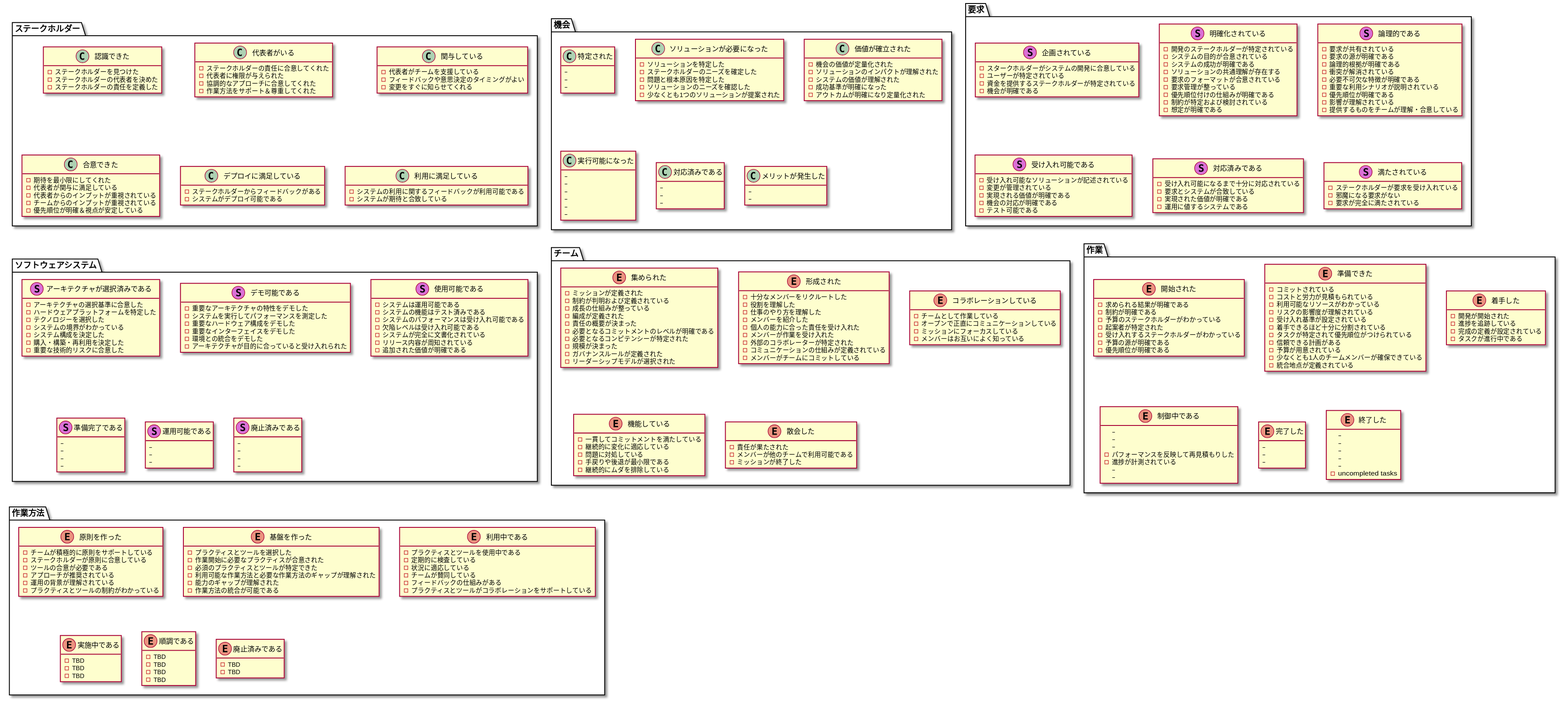
The PlantUML diagram cards.svg in kdmsnr/essence-alpha-state-cards-ja, before a commit.
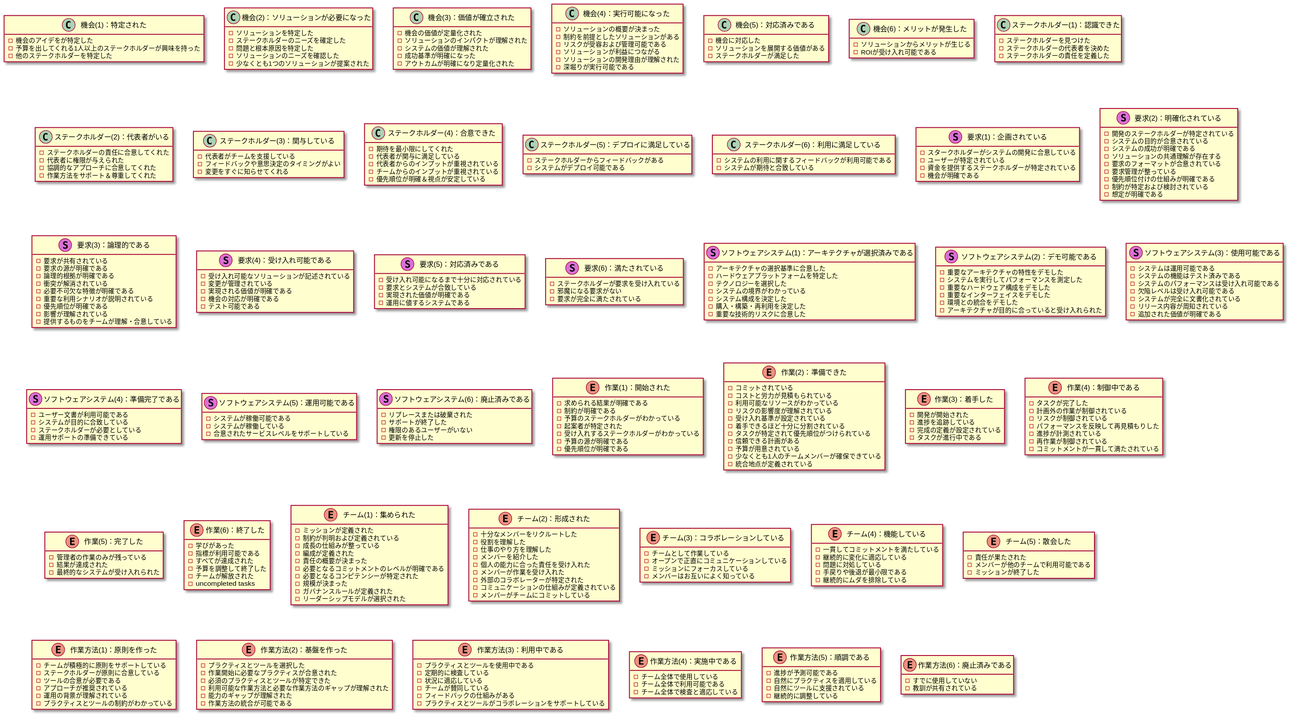
The same file after the commit.

The edit, as a diff of the source:
```diff
@@ -1,78 +1,78 @@
 @startuml
-class ステークホルダー.認識できた  {
+class 機会(1)：特定された  {
+  -機会のアイデをが特定した
+  -予算を出してくれる1人以上のステークホルダーが興味を持った
+  -他のステークホルダーを特定した
+}
+class 機会(2)：ソリューションが必要になった  {
+  -ソリューションを特定した
+  -ステークホルダーのニーズを確定した
+  -問題と根本原因を特定した
+  -ソリューションのニーズを確認した
+  -少なくとも1つのソリューションが提案された
+}
+class 機会(3)：価値が確立された  {
+  -機会の価値が定量化された
+  -ソリューションのインパクトが理解された
+  -システムの価値が理解された
+  -成功基準が明確になった
+  -アウトカムが明確になり定量化された
+}
+class 機会(4)：実行可能になった  {
+  -ソリューションの概要が決まった
+  -制約を前提としたソリューションがある
+  -リスクが受容および管理可能である
+  -ソリューションが利益につながる
+  -ソリューションの開発理由が理解された
+  -深堀りが実行可能である
+}
+class 機会(5)：対応済みである  {
+  -機会に対応した
+  -ソリューションを展開する価値がある
+  -ステークホルダーが満足した
+}
+class 機会(6)：メリットが発生した  {
+  -ソリューションからメリットが生じる
+  -ROIが受け入れ可能である
+}
+class ステークホルダー(1)：認識できた  {
   -ステークホルダーを見つけた
   -ステークホルダーの代表者を決めた
   -ステークホルダーの責任を定義した
 }
-class ステークホルダー.代表者がいる  {
+class ステークホルダー(2)：代表者がいる  {
   -ステークホルダーの責任に合意してくれた
   -代表者に権限が与えられた
   -協調的なアプローチに合意してくれた
   -作業方法をサポート＆尊重してくれた
 }
-class ステークホルダー.関与している  {
+class ステークホルダー(3)：関与している  {
   -代表者がチームを支援している
   -フィードバックや意思決定のタイミングがよい
   -変更をすぐに知らせてくれる
 }
-class ステークホルダー.合意できた  {
+class ステークホルダー(4)：合意できた  {
   -期待を最小限にしてくれた
   -代表者が関与に満足している
   -代表者からのインプットが重視されている
   -チームからのインプットが重視されている
   -優先順位が明確＆視点が安定している
 }
-class ステークホルダー.デプロイに満足している  {
+class ステークホルダー(5)：デプロイに満足している  {
   -ステークホルダーからフィードバックがある
   -システムがデプロイ可能である
 }
-class ステークホルダー.利用に満足している  {
+class ステークホルダー(6)：利用に満足している  {
   -システムの利用に関するフィードバックが利用可能である
   -システムが期待と合致している
 }
-class 機会.特定された  {
-  -
-  -
-  -
-}
-class 機会.ソリューションが必要になった  {
-  -ソリューションを特定した
-  -ステークホルダーのニーズを確定した
-  -問題と根本原因を特定した
-  -ソリューションのニーズを確認した
-  -少なくとも1つのソリューションが提案された
-}
-class 機会.価値が確立された  {
-  -機会の価値が定量化された
-  -ソリューションのインパクトが理解された
-  -システムの価値が理解された
-  -成功基準が明確になった
-  -アウトカムが明確になり定量化された
-}
-class 機会.実行可能になった  {
-  -
-  -
-  -
-  -
-  -
-  -
-}
-class 機会.対応済みである  {
-  -
-  -
-  -
-}
-class 機会.メリットが発生した  {
-  -
-  -
-}
-class 要求.企画されている << (S,orchid) >> {
+class 要求(1)：企画されている << (S,orchid) >> {
   -スタークホルダーがシステムの開発に合意している
   -ユーザーが特定されている
   -資金を提供するステークホルダーが特定されている
   -機会が明確である
 }
-class 要求.明確化されている << (S,orchid) >> {
+class 要求(2)：明確化されている << (S,orchid) >> {
   -開発のステークホルダーが特定されている
   -システムの目的が合意されている
   -システムの成功が明確である
@@ -83,7 +83,7 @@
   -制約が特定および検討されている
   -想定が明確である
 }
-class 要求.論理的である << (S,orchid) >> {
+class 要求(3)：論理的である << (S,orchid) >> {
   -要求が共有されている
   -要求の源が明確である
   -論理的根拠が明確である
@@ -94,25 +94,25 @@
   -影響が理解されている
   -提供するものをチームが理解・合意している
 }
-class 要求.受け入れ可能である << (S,orchid) >> {
+class 要求(4)：受け入れ可能である << (S,orchid) >> {
   -受け入れ可能なソリューションが記述されている
   -変更が管理されている
   -実現される価値が明確である
   -機会の対応が明確である
   -テスト可能である
 }
-class 要求.対応済みである << (S,orchid) >> {
+class 要求(5)：対応済みである << (S,orchid) >> {
   -受け入れ可能になるまで十分に対応されている
   -要求とシステムが合致している
   -実現された価値が明確である
   -運用に値するシステムである
 }
-class 要求.満たされている << (S,orchid) >> {
+class 要求(6)：満たされている << (S,orchid) >> {
   -ステークホルダーが要求を受け入れている
   -邪魔になる要求がない
   -要求が完全に満たされている
 }
-class ソフトウェアシステム.アーキテクチャが選択済みである << (S,orchid) >> {
+class ソフトウェアシステム(1)：アーキテクチャが選択済みである << (S,orchid) >> {
   -アーキテクチャの選択基準に合意した
   -ハードウェアプラットフォームを特定した
   -テクノロジーを選択した
@@ -121,7 +121,7 @@
   -購入・構築・再利用を決定した
   -重要な技術的リスクに合意した
 }
-class ソフトウェアシステム.デモ可能である << (S,orchid) >> {
+class ソフトウェアシステム(2)：デモ可能である << (S,orchid) >> {
   -重要なアーキテクチャの特性をデモした
   -システムを実行してパフォーマンスを測定した
   -重要なハードウェア構成をデモした
@@ -129,7 +129,7 @@
   -環境との統合をデモした
   -アーキテクチャが目的に合っていると受け入れられた
 }
-class ソフトウェアシステム.使用可能である << (S,orchid) >> {
+class ソフトウェアシステム(3)：使用可能である << (S,orchid) >> {
   -システムは運用可能である
   -システムの機能はテスト済みである
   -システムのパフォーマンスは受け入れ可能である
@@ -138,65 +138,24 @@
   -リリース内容が周知されている
   -追加された価値が明確である
 }
-class ソフトウェアシステム.準備完了である << (S,orchid) >> {
-  -
-  -
-  -
-  -
+class ソフトウェアシステム(4)：準備完了である << (S,orchid) >> {
+  -ユーザー文書が利用可能である
+  -システムが目的に合致している
+  -ステークホルダーが必要としている
+  -運用サポートの準備できている
 }
-class ソフトウェアシステム.運用可能である << (S,orchid) >> {
-  -
-  -
-  -
+class ソフトウェアシステム(5)：運用可能である << (S,orchid) >> {
+  -システムが稼働可能である
+  -システムが稼働している
+  -合意されたサービスレベルをサポートしている
 }
-class ソフトウェアシステム.廃止済みである << (S,orchid) >> {
-  -
-  -
-  -
-  -
+class ソフトウェアシステム(6)：廃止済みである << (S,orchid) >> {
+  -リプレースまたは破棄された
+  -サポートが終了した
+  -権限のあるユーザーがいない
+  -更新を停止した
 }
-enum チーム.集められた  {
-  -ミッションが定義された
-  -制約が判明および定義されている
-  -成長の仕組みが整っている
-  -編成が定義された
-  -責任の概要が決まった
-  -必要となるコミットメントのレベルが明確である
-  -必要となるコンピテンシーが特定された
-  -規模が決まった
-  -ガバナンスルールが定義された
-  -リーダーシップモデルが選択された
-}
-enum チーム.形成された  {
-  -十分なメンバーをリクルートした
-  -役割を理解した
-  -仕事のやり方を理解した
-  -メンバーを紹介した
-  -個人の能力に合った責任を受け入れた
-  -メンバーが作業を受け入れた
-  -外部のコラボレーターが特定された
-  -コミュニケーションの仕組みが定義されている
-  -メンバーがチームにコミットしている
-}
-enum チーム.コラボレーションしている  {
-  -チームとして作業している
-  -オープンで正直にコミュニケーションしている
-  -ミッションにフォーカスしている
-  -メンバーはお互いによく知っている
-}
-enum チーム.機能している  {
-  -一貫してコミットメントを満たしている
-  -継続的に変化に適応している
-  -問題に対処している
-  -手戻りや後退が最小限である
-  -継続的にムダを排除している
-}
-enum チーム.散会した  {
-  -責任が果たされた
-  -メンバーが他のチームで利用可能である
-  -ミッションが終了した
-}
-enum 作業.開始された  {
+enum 作業(1)：開始された  {
   -求められる結果が明確である
   -制約が明確である
   -予算のステークホルダーがわかっている
@@ -205,7 +164,7 @@
   -予算の源が明確である
   -優先順位が明確である
 }
-enum 作業.準備できた  {
+enum 作業(2)：準備できた  {
   -コミットされている
   -コストと労力が見積もられている
   -利用可能なリソースがわかっている
@@ -218,35 +177,76 @@
   -少なくとも1人のチームメンバーが確保できている
   -統合地点が定義されている
 }
-enum 作業.着手した  {
+enum 作業(3)：着手した  {
   -開発が開始された
   -進捗を追跡している
   -完成の定義が設定されている
   -タスクが進行中である
 }
-enum 作業.制御中である  {
-  -
-  -
-  -
+enum 作業(4)：制御中である  {
+  -タスクが完了した
+  -計画外の作業が制御されている
+  -リスクが制御されている
   -パフォーマンスを反映して再見積もりした
   -進捗が計測されている
-  -
-  -
+  -再作業が制御されている
+  -コミットメントが一貫して満たされている
 }
-enum 作業.完了した  {
-  -
-  -
-  -
+enum 作業(5)：完了した  {
+  -管理者の作業のみが残っている
+  -結果が達成された
+  -最終的なシステムが受け入れられた
 }
-enum 作業.終了した  {
-  -
-  -
-  -
-  -
-  -
+enum 作業(6)：終了した  {
+  -学びがあった
+  -指標が利用可能である
+  -すべてが達成された
+  -予算を調整して終了した
+  -チームが解放された
   - uncompleted tasks
 }
-enum 作業方法.原則を作った  {
+enum チーム(1)：集められた  {
+  -ミッションが定義された
+  -制約が判明および定義されている
+  -成長の仕組みが整っている
+  -編成が定義された
+  -責任の概要が決まった
+  -必要となるコミットメントのレベルが明確である
+  -必要となるコンピテンシーが特定された
+  -規模が決まった
+  -ガバナンスルールが定義された
+  -リーダーシップモデルが選択された
+}
+enum チーム(2)：形成された  {
+  -十分なメンバーをリクルートした
+  -役割を理解した
+  -仕事のやり方を理解した
+  -メンバーを紹介した
+  -個人の能力に合った責任を受け入れた
+  -メンバーが作業を受け入れた
+  -外部のコラボレーターが特定された
+  -コミュニケーションの仕組みが定義されている
+  -メンバーがチームにコミットしている
+}
+enum チーム(3)：コラボレーションしている  {
+  -チームとして作業している
+  -オープンで正直にコミュニケーションしている
+  -ミッションにフォーカスしている
+  -メンバーはお互いによく知っている
+}
+enum チーム(4)：機能している  {
+  -一貫してコミットメントを満たしている
+  -継続的に変化に適応している
+  -問題に対処している
+  -手戻りや後退が最小限である
+  -継続的にムダを排除している
+}
+enum チーム(5)：散会した  {
+  -責任が果たされた
+  -メンバーが他のチームで利用可能である
+  -ミッションが終了した
+}
+enum 作業方法(1)：原則を作った  {
   -チームが積極的に原則をサポートしている
   -ステークホルダーが原則に合意している
   -ツールの合意が必要である
@@ -254,7 +254,7 @@
   -運用の背景が理解されている
   -プラクティスとツールの制約がわかっている
 }
-enum 作業方法.基盤を作った  {
+enum 作業方法(2)：基盤を作った  {
   -プラクティスとツールを選択した
   -作業開始に必要なプラクティスが合意された
   -必須のプラクティスとツールが特定できた
@@ -262,7 +262,7 @@
   -能力のギャップが理解された
   -作業方法の統合が可能である
 }
-enum 作業方法.利用中である  {
+enum 作業方法(3)：利用中である  {
   -プラクティスとツールを使用中である
   -定期的に検査している
   -状況に適応している
@@ -270,20 +270,20 @@
   -フィードバックの仕組みがある
   -プラクティスとツールがコラボレーションをサポートしている
 }
-enum 作業方法.実施中である  {
-  -TBD
-  -TBD
-  -TBD
+enum 作業方法(4)：実施中である  {
+  -チーム全体で使用している
+  -チーム全体で利用可能である
+  -チーム全体で検査と適応している
 }
-enum 作業方法.順調である  {
-  -TBD
-  -TBD
-  -TBD
-  -TBD
+enum 作業方法(5)：順調である  {
+  -進捗が予測可能である
+  -自然にプラクティスを適用している
+  -自然にツールに支援されている
+  -継続的に調整している
 }
-enum 作業方法.廃止済みである  {
-  -TBD
-  -TBD
+enum 作業方法(6)：廃止済みである  {
+  -すでに使用していない
+  -教訓が共有されている
 }
 hide empty members
 @enduml
```
